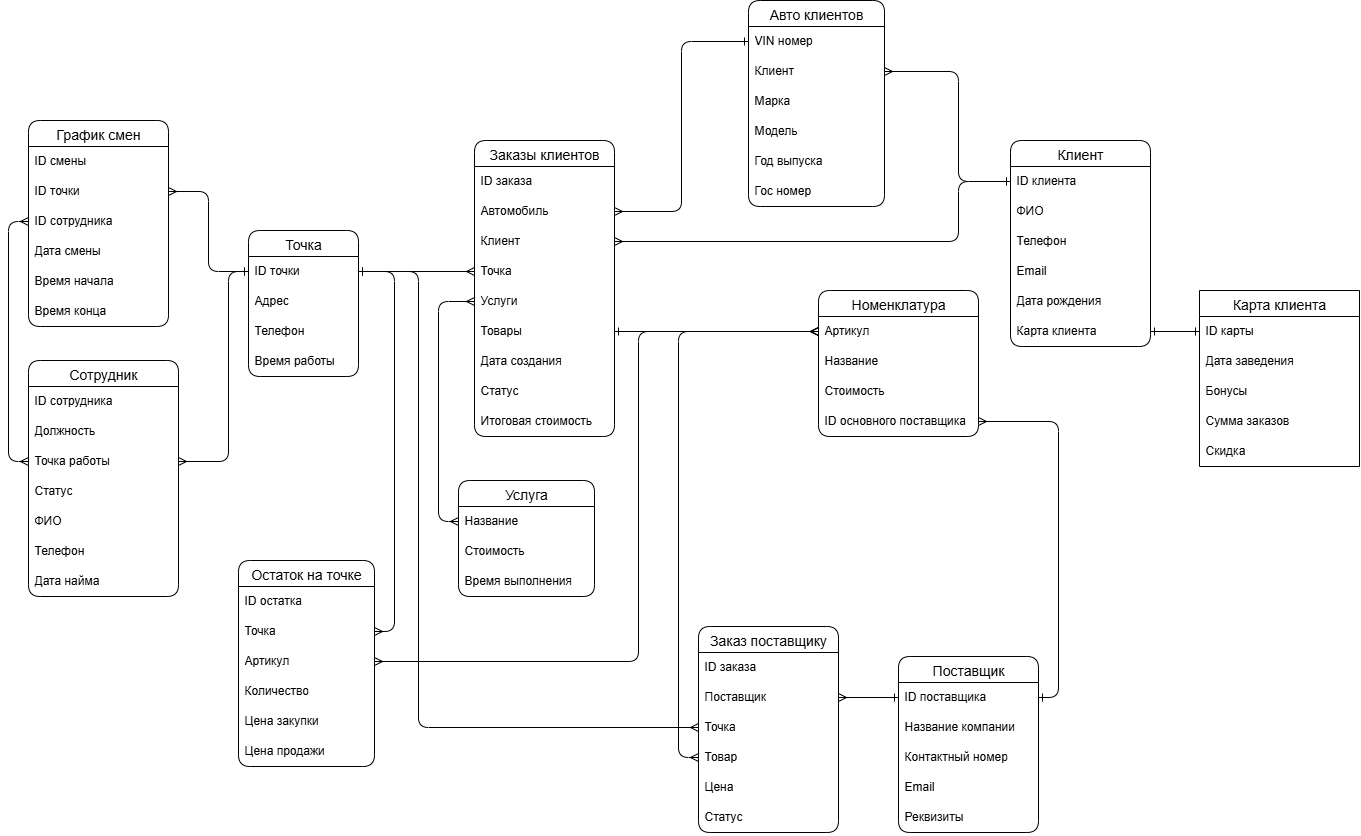
The draw.io diagram Диаграмма.drawio.png in vinwap07/carserviceBD, before a commit. Source tidied: cells renumbered, new cells last; positions are measured from the earlier drawing's top-left corner, leaving out a move shared by most shapes.
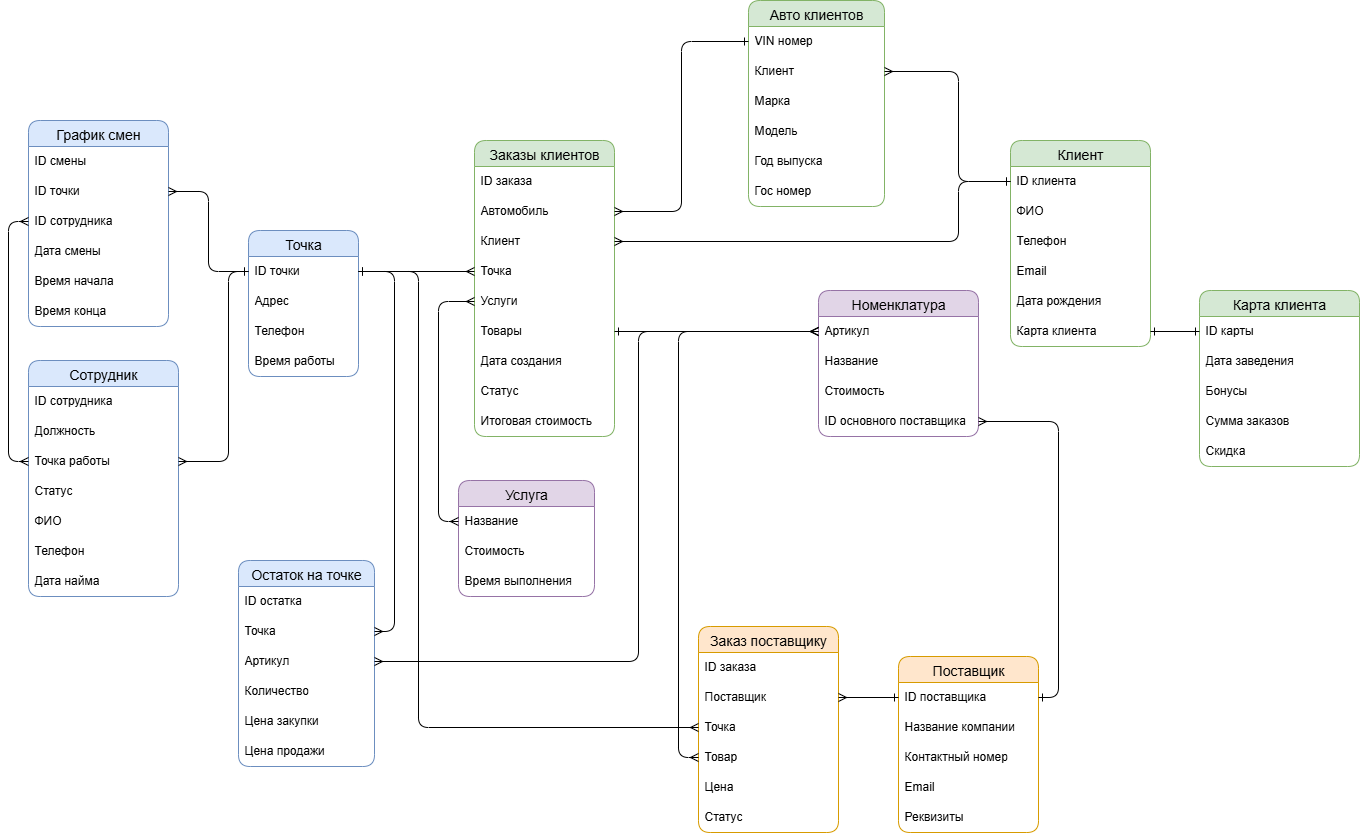
After the commit.

Commit message:
изменена ER-диаграмма

Diff of the diagram source:
```diff
@@ -2,7 +2,7 @@
   <root>
     <mxCell id="0" />
     <mxCell id="1" parent="0" />
-    <mxCell id="2" value="График смен" style="swimlane;fontStyle=0;horizontal=1;startSize=26;align=center;fontSize=14;rounded=1;glass=0;" parent="1" vertex="1">
+    <mxCell id="2" value="График смен" style="swimlane;fontStyle=0;horizontal=1;startSize=26;align=center;fontSize=14;rounded=1;glass=0;fillColor=#dae8fc;strokeColor=#6c8ebf;" parent="1" vertex="1">
       <mxGeometry y="120" width="140" height="206" as="geometry" />
     </mxCell>
     <mxCell id="3" value="ID смены" style="text;strokeColor=none;fillColor=none;spacingLeft=4;spacingRight=4;overflow=hidden;fontSize=12;whiteSpace=wrap;html=1;" parent="2" vertex="1">
@@ -23,7 +23,7 @@
     <mxCell id="8" value="Время конца" style="text;strokeColor=none;fillColor=none;spacingLeft=4;spacingRight=4;overflow=hidden;fontSize=12;whiteSpace=wrap;html=1;" parent="2" vertex="1">
       <mxGeometry y="176" width="140" height="30" as="geometry" />
     </mxCell>
-    <mxCell id="9" value="Сотрудник" style="swimlane;fontStyle=0;horizontal=1;startSize=26;align=center;fontSize=14;rounded=1;" parent="1" vertex="1">
+    <mxCell id="9" value="Сотрудник" style="swimlane;fontStyle=0;horizontal=1;startSize=26;align=center;fontSize=14;rounded=1;fillColor=#dae8fc;strokeColor=#6c8ebf;" parent="1" vertex="1">
       <mxGeometry y="360" width="150" height="236" as="geometry" />
     </mxCell>
     <mxCell id="10" value="ID сотрудника" style="text;strokeColor=none;fillColor=none;spacingLeft=4;spacingRight=4;overflow=hidden;fontSize=12;whiteSpace=wrap;html=1;" parent="9" vertex="1">
@@ -47,7 +47,7 @@
     <mxCell id="16" value="Дата найма" style="text;strokeColor=none;fillColor=none;spacingLeft=4;spacingRight=4;overflow=hidden;fontSize=12;whiteSpace=wrap;html=1;" parent="9" vertex="1">
       <mxGeometry y="206" width="150" height="30" as="geometry" />
     </mxCell>
-    <mxCell id="17" value="Услуга" style="swimlane;fontStyle=0;horizontal=1;startSize=26;align=center;fontSize=14;rounded=1;" parent="1" vertex="1">
+    <mxCell id="17" value="Услуга" style="swimlane;fontStyle=0;horizontal=1;startSize=26;align=center;fontSize=14;rounded=1;fillColor=#e1d5e7;strokeColor=#9673a6;" parent="1" vertex="1">
       <mxGeometry x="430" y="480" width="136" height="116" as="geometry" />
     </mxCell>
     <mxCell id="18" value="Название" style="text;strokeColor=none;fillColor=none;spacingLeft=4;spacingRight=4;overflow=hidden;points=[[0,0.5],[1,0.5]];portConstraint=eastwest;fontSize=12;whiteSpace=wrap;html=1;" parent="17" vertex="1">
@@ -59,7 +59,7 @@
     <mxCell id="20" value="Время выполнения" style="text;strokeColor=none;fillColor=none;spacingLeft=4;spacingRight=4;overflow=hidden;fontSize=12;whiteSpace=wrap;html=1;" parent="17" vertex="1">
       <mxGeometry y="86" width="136" height="30" as="geometry" />
     </mxCell>
-    <mxCell id="21" value="Точка" style="swimlane;fontStyle=0;horizontal=1;startSize=26;align=center;fontSize=14;rounded=1;" parent="1" vertex="1">
+    <mxCell id="21" value="Точка" style="swimlane;fontStyle=0;horizontal=1;startSize=26;align=center;fontSize=14;rounded=1;fillColor=#dae8fc;strokeColor=#6c8ebf;" parent="1" vertex="1">
       <mxGeometry x="220" y="230" width="110" height="146" as="geometry" />
     </mxCell>
     <mxCell id="22" value="ID точки" style="text;strokeColor=none;fillColor=none;spacingLeft=4;spacingRight=4;overflow=hidden;points=[[0,0.5],[1,0.5]];portConstraint=eastwest;fontSize=12;whiteSpace=wrap;html=1;" parent="21" vertex="1">
@@ -88,7 +88,7 @@
     <mxCell id="28" style="edgeStyle=orthogonalEdgeStyle;rounded=1;jettySize=auto;html=1;exitX=0;exitY=0.5;exitDx=0;exitDy=0;entryX=0;entryY=0.5;entryDx=0;entryDy=0;curved=0;startArrow=ERmany;startFill=0;endArrow=ERmany;endFill=0;" parent="1" edge="1" source="12" target="5">
       <mxGeometry relative="1" as="geometry" />
     </mxCell>
-    <mxCell id="29" value="Заказы клиентов" style="swimlane;fontStyle=0;horizontal=1;startSize=26;align=center;fontSize=14;rounded=1;glass=0;" parent="1" vertex="1">
+    <mxCell id="29" value="Заказы клиентов" style="swimlane;fontStyle=0;horizontal=1;startSize=26;align=center;fontSize=14;rounded=1;glass=0;fillColor=#d5e8d4;strokeColor=#82b366;" parent="1" vertex="1">
       <mxGeometry x="446" y="140" width="140" height="296" as="geometry" />
     </mxCell>
     <mxCell id="30" value="ID заказа" style="text;strokeColor=none;fillColor=none;spacingLeft=4;spacingRight=4;overflow=hidden;fontSize=12;whiteSpace=wrap;html=1;" parent="29" vertex="1">
@@ -118,7 +118,7 @@
     <mxCell id="38" value="Итоговая стоимость" style="text;strokeColor=none;fillColor=none;spacingLeft=4;spacingRight=4;overflow=hidden;fontSize=12;whiteSpace=wrap;html=1;" parent="29" vertex="1">
       <mxGeometry y="266" width="140" height="30" as="geometry" />
     </mxCell>
-    <mxCell id="39" value="Остаток на точке" style="swimlane;fontStyle=0;horizontal=1;startSize=26;align=center;fontSize=14;rounded=1;" parent="1" vertex="1">
+    <mxCell id="39" value="Остаток на точке" style="swimlane;fontStyle=0;horizontal=1;startSize=26;align=center;fontSize=14;rounded=1;fillColor=#dae8fc;strokeColor=#6c8ebf;" parent="1" vertex="1">
       <mxGeometry x="210" y="560" width="136" height="206" as="geometry" />
     </mxCell>
     <mxCell id="40" value="ID остатка" style="text;strokeColor=none;fillColor=none;spacingLeft=4;spacingRight=4;overflow=hidden;fontSize=12;whiteSpace=wrap;html=1;" parent="39" vertex="1">
@@ -148,7 +148,7 @@
     <mxCell id="48" style="edgeStyle=orthogonalEdgeStyle;rounded=1;jettySize=auto;html=1;exitX=1;exitY=0.5;exitDx=0;exitDy=0;entryX=0;entryY=0.5;entryDx=0;entryDy=0;curved=0;startArrow=ERone;startFill=0;endArrow=ERmany;endFill=0;" parent="1" edge="1" source="22" target="33">
       <mxGeometry relative="1" as="geometry" />
     </mxCell>
-    <mxCell id="49" value="Авто клиентов" style="swimlane;fontStyle=0;horizontal=1;startSize=26;align=center;fontSize=14;rounded=1;" parent="1" vertex="1">
+    <mxCell id="49" value="Авто клиентов" style="swimlane;fontStyle=0;horizontal=1;startSize=26;align=center;fontSize=14;rounded=1;fillColor=#d5e8d4;strokeColor=#82b366;" parent="1" vertex="1">
       <mxGeometry x="720" width="136" height="206" as="geometry" />
     </mxCell>
     <mxCell id="50" value="VIN номер" style="text;strokeColor=none;fillColor=none;spacingLeft=4;spacingRight=4;overflow=hidden;points=[[0,0.5],[1,0.5]];portConstraint=eastwest;fontSize=12;whiteSpace=wrap;html=1;" parent="49" vertex="1">
@@ -172,7 +172,7 @@
     <mxCell id="56" style="edgeStyle=orthogonalEdgeStyle;rounded=1;jettySize=auto;html=1;exitX=1;exitY=0.5;exitDx=0;exitDy=0;entryX=0;entryY=0.5;entryDx=0;entryDy=0;curved=0;startArrow=ERmany;startFill=0;endArrow=ERone;endFill=0;" parent="1" edge="1" source="31" target="50">
       <mxGeometry relative="1" as="geometry" />
     </mxCell>
-    <mxCell id="57" value="Клиент" style="swimlane;fontStyle=0;horizontal=1;startSize=26;align=center;fontSize=14;rounded=1;" parent="1" vertex="1">
+    <mxCell id="57" value="Клиент" style="swimlane;fontStyle=0;horizontal=1;startSize=26;align=center;fontSize=14;rounded=1;fillColor=#d5e8d4;strokeColor=#82b366;" parent="1" vertex="1">
       <mxGeometry x="982" y="140" width="140" height="206" as="geometry" />
     </mxCell>
     <mxCell id="58" value="ID клиента" style="text;strokeColor=none;fillColor=none;spacingLeft=4;spacingRight=4;overflow=hidden;points=[[0,0.5],[1,0.5]];portConstraint=eastwest;fontSize=12;whiteSpace=wrap;html=1;" parent="57" vertex="1">
@@ -193,7 +193,7 @@
     <mxCell id="63" value="Карта клиента" style="text;strokeColor=none;fillColor=none;spacingLeft=4;spacingRight=4;overflow=hidden;points=[[0,0.5],[1,0.5]];portConstraint=eastwest;fontSize=12;whiteSpace=wrap;html=1;" parent="57" vertex="1">
       <mxGeometry y="176" width="140" height="30" as="geometry" />
     </mxCell>
-    <mxCell id="64" value="Номенклатура" style="swimlane;fontStyle=0;horizontal=1;startSize=26;align=center;fontSize=14;rounded=1;" parent="1" vertex="1">
+    <mxCell id="64" value="Номенклатура" style="swimlane;fontStyle=0;horizontal=1;startSize=26;align=center;fontSize=14;rounded=1;fillColor=#e1d5e7;strokeColor=#9673a6;" parent="1" vertex="1">
       <mxGeometry x="790" y="290" width="160" height="146" as="geometry" />
     </mxCell>
     <mxCell id="65" value="Артикул" style="text;strokeColor=none;fillColor=none;spacingLeft=4;spacingRight=4;overflow=hidden;points=[[0,0.5],[1,0.5]];portConstraint=eastwest;fontSize=12;whiteSpace=wrap;html=1;" parent="64" vertex="1">
@@ -208,7 +208,7 @@
     <mxCell id="68" value="ID основного поставщика" style="text;strokeColor=none;fillColor=none;spacingLeft=4;spacingRight=4;overflow=hidden;points=[[0,0.5],[1,0.5]];portConstraint=eastwest;fontSize=12;whiteSpace=wrap;html=1;" parent="64" vertex="1">
       <mxGeometry y="116" width="160" height="30" as="geometry" />
     </mxCell>
-    <mxCell id="69" value="Поставщик" style="swimlane;fontStyle=0;horizontal=1;startSize=26;align=center;fontSize=14;rounded=1;" parent="1" vertex="1">
+    <mxCell id="69" value="Поставщик" style="swimlane;fontStyle=0;horizontal=1;startSize=26;align=center;fontSize=14;rounded=1;fillColor=#ffe6cc;strokeColor=#d79b00;" parent="1" vertex="1">
       <mxGeometry x="870" y="656" width="140" height="176" as="geometry" />
     </mxCell>
     <mxCell id="70" value="ID поставщика" style="text;strokeColor=none;fillColor=none;spacingLeft=4;spacingRight=4;overflow=hidden;points=[[0,0.5],[1,0.5]];portConstraint=eastwest;fontSize=12;whiteSpace=wrap;html=1;" parent="69" vertex="1">
@@ -226,7 +226,7 @@
     <mxCell id="74" value="Реквизиты" style="text;strokeColor=none;fillColor=none;spacingLeft=4;spacingRight=4;overflow=hidden;fontSize=12;whiteSpace=wrap;html=1;" parent="69" vertex="1">
       <mxGeometry y="146" width="140" height="30" as="geometry" />
     </mxCell>
-    <mxCell id="75" value="Заказ поставщику" style="swimlane;fontStyle=0;horizontal=1;startSize=26;align=center;fontSize=14;rounded=1;" parent="1" vertex="1">
+    <mxCell id="75" value="Заказ поставщику" style="swimlane;fontStyle=0;horizontal=1;startSize=26;align=center;fontSize=14;rounded=1;fillColor=#ffe6cc;strokeColor=#d79b00;" parent="1" vertex="1">
       <mxGeometry x="670" y="626" width="140" height="206" as="geometry" />
     </mxCell>
     <mxCell id="76" value="ID заказа" style="text;strokeColor=none;fillColor=none;spacingLeft=4;spacingRight=4;overflow=hidden;fontSize=12;whiteSpace=wrap;html=1;" parent="75" vertex="1">
@@ -291,7 +291,7 @@
     <mxCell id="89" style="edgeStyle=orthogonalEdgeStyle;rounded=1;jettySize=auto;html=1;exitX=1;exitY=0.5;exitDx=0;exitDy=0;entryX=1;entryY=0.5;entryDx=0;entryDy=0;endArrow=ERone;endFill=0;startArrow=ERmany;startFill=0;curved=0;" parent="1" edge="1" source="68" target="70">
       <mxGeometry relative="1" as="geometry" />
     </mxCell>
-    <mxCell id="90" value="Карта клиента" style="swimlane;fontStyle=0;horizontal=1;startSize=26;align=center;fontSize=14;" parent="1" vertex="1">
+    <mxCell id="90" value="Карта клиента" style="swimlane;fontStyle=0;horizontal=1;startSize=26;align=center;fontSize=14;rounded=1;fillColor=#d5e8d4;strokeColor=#82b366;" parent="1" vertex="1">
       <mxGeometry x="1171" y="290" width="160" height="176" as="geometry" />
     </mxCell>
     <mxCell id="91" value="ID карты" style="text;strokeColor=none;fillColor=none;spacingLeft=4;spacingRight=4;overflow=hidden;points=[[0,0.5],[1,0.5]];portConstraint=eastwest;fontSize=12;whiteSpace=wrap;html=1;" parent="90" vertex="1">
```
